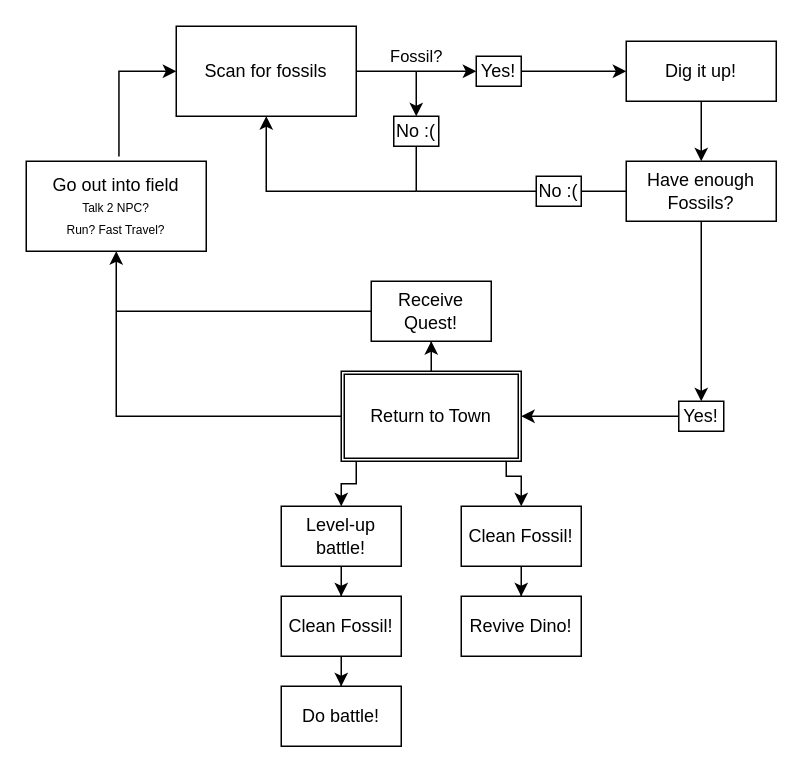
The draw.io diagram ffe.drawio in Fraxo/drawioflowcharts, before the edit. Source tidied: cells renumbered, new cells numbered last; positions are measured from the earlier drawing's top-left corner, leaving out a move shared by most shapes. Both pictures are drawn from the tidied source at 150%, with x=0, y=0 at pixel (26, 26).
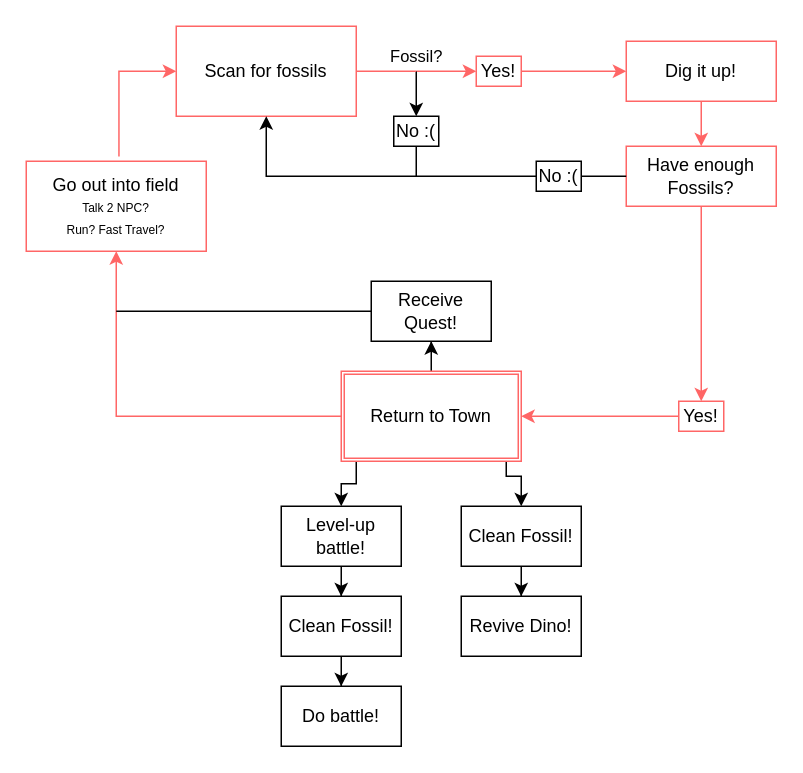
Above is the later version.

Unchanged cells that the change refers to:
```xml
<mxCell id="10" value="No :(" style="rounded=0;whiteSpace=wrap;html=1;" parent="1" vertex="1">
  <mxGeometry x="245" y="60" width="30" height="20" as="geometry" />
</mxCell>
<mxCell id="12" style="shape=waypoint;sketch=0;fillStyle=solid;size=6;points=[];fillColor=none;perimeter=centerPerimeter;snapToPoint=1;strokeColor=none;" parent="1" vertex="1">
  <mxGeometry x="250" y="20" width="20" height="20" as="geometry" />
</mxCell>
```

Diff of the diagram source:
```diff
@@
-    <mxCell id="2" style="edgeStyle=orthogonalEdgeStyle;rounded=0;jettySize=auto;html=1;entryX=0;entryY=0.5;entryDx=0;entryDy=0;exitX=0.515;exitY=-0.052;exitDx=0;exitDy=0;exitPerimeter=0;" parent="1" edge="1" source="3" target="4">
+    <mxCell id="2" style="edgeStyle=orthogonalEdgeStyle;rounded=0;jettySize=auto;html=1;entryX=0;entryY=0.5;entryDx=0;entryDy=0;exitX=0.515;exitY=-0.052;exitDx=0;exitDy=0;exitPerimeter=0;strokeColor=#FF6666;" parent="1" edge="1" source="3" target="4">
       <mxGeometry x="-0.24" relative="1" as="geometry" />
     </mxCell>
-    <mxCell id="3" value="Go out into field&lt;div&gt;&lt;font style=&quot;font-size: 8px;&quot;&gt;Talk 2 NPC?&lt;/font&gt;&lt;/div&gt;&lt;div&gt;&lt;font style=&quot;font-size: 8px;&quot;&gt;Run? Fast Travel?&lt;/font&gt;&lt;/div&gt;" style="rounded=0;whiteSpace=wrap;html=1;" parent="1" vertex="1">
+    <mxCell id="3" value="Go out into field&lt;div&gt;&lt;font style=&quot;font-size: 8px;&quot;&gt;Talk 2 NPC?&lt;/font&gt;&lt;/div&gt;&lt;div&gt;&lt;font style=&quot;font-size: 8px;&quot;&gt;Run? Fast Travel?&lt;/font&gt;&lt;/div&gt;" style="rounded=0;whiteSpace=wrap;html=1;strokeColor=#FF6666;" parent="1" vertex="1">
       <mxGeometry y="90" width="120" height="60" as="geometry" />
     </mxCell>
-    <mxCell id="4" value="Scan for fossils" style="rounded=0;whiteSpace=wrap;html=1;" parent="1" vertex="1">
+    <mxCell id="4" value="Scan for fossils" style="rounded=0;whiteSpace=wrap;html=1;strokeColor=#FF6666;" parent="1" vertex="1">
       <mxGeometry x="100" width="120" height="60" as="geometry" />
     </mxCell>
-    <mxCell id="5" style="edgeStyle=orthogonalEdgeStyle;rounded=0;jettySize=auto;html=1;endArrow=none;endFill=0;startArrow=classic;startFill=1;" parent="1" edge="1" source="7" target="12">
+    <mxCell id="5" style="edgeStyle=orthogonalEdgeStyle;rounded=0;jettySize=auto;html=1;endArrow=none;endFill=0;startArrow=classic;startFill=1;strokeColor=#FF6666;" parent="1" edge="1" source="7" target="12">
       <mxGeometry relative="1" as="geometry">
         <Array as="points">
           <mxPoint x="280" y="30" />
           <mxPoint x="280" y="30" />
         </Array>
       </mxGeometry>
     </mxCell>
-    <mxCell id="6" style="edgeStyle=orthogonalEdgeStyle;rounded=0;jettySize=auto;html=1;entryX=0;entryY=0.5;entryDx=0;entryDy=0;" parent="1" edge="1" source="7" target="14">
+    <mxCell id="6" style="edgeStyle=orthogonalEdgeStyle;rounded=0;jettySize=auto;html=1;entryX=0;entryY=0.5;entryDx=0;entryDy=0;strokeColor=#FF6666;" parent="1" edge="1" source="7" target="14">
       <mxGeometry relative="1" as="geometry" />
     </mxCell>
-    <mxCell id="7" value="Yes!" style="rounded=0;whiteSpace=wrap;html=1;" parent="1" vertex="1">
+    <mxCell id="7" value="Yes!" style="rounded=0;whiteSpace=wrap;html=1;strokeColor=#FF6666;" parent="1" vertex="1">
       <mxGeometry x="300" y="20" width="30" height="20" as="geometry" />
     </mxCell>
@@
     <mxCell id="9" style="edgeStyle=orthogonalEdgeStyle;rounded=0;jettySize=auto;html=1;entryX=0.5;entryY=1;entryDx=0;entryDy=0;" parent="1" edge="1" source="24" target="4">
-      <mxGeometry relative="1" as="geometry" />
+      <mxGeometry relative="1" as="geometry">
+        <Array as="points">
+          <mxPoint x="260" y="100" />
+          <mxPoint x="160" y="100" />
+        </Array>
+      </mxGeometry>
     </mxCell>
+    <mxCell id="39" style="edgeStyle=orthogonalEdgeStyle;rounded=0;jettySize=auto;html=1;endArrow=none;endFill=0;" parent="1" edge="1" source="10">
+      <mxGeometry relative="1" as="geometry">
+        <mxPoint x="260" y="100" as="targetPoint" />
+      </mxGeometry>
+    </mxCell>
@@
-    <mxCell id="11" value="Fossil?" style="edgeStyle=orthogonalEdgeStyle;rounded=0;jettySize=auto;html=1;entryX=1;entryY=0.5;entryDx=0;entryDy=0;startArrow=none;startFill=0;endArrow=none;endFill=0;" parent="1" edge="1" source="12" target="4">
+    <mxCell id="11" value="Fossil?" style="edgeStyle=orthogonalEdgeStyle;rounded=0;jettySize=auto;html=1;entryX=1;entryY=0.5;entryDx=0;entryDy=0;startArrow=none;startFill=0;endArrow=none;endFill=0;strokeColor=#FF6666;" parent="1" edge="1" source="12" target="4">
       <mxGeometry x="-1" y="-10" relative="1" as="geometry" />
     </mxCell>
@@
-    <mxCell id="13" style="edgeStyle=orthogonalEdgeStyle;rounded=0;jettySize=auto;html=1;" parent="1" edge="1" source="14" target="16">
+    <mxCell id="13" style="edgeStyle=orthogonalEdgeStyle;rounded=0;jettySize=auto;html=1;strokeColor=#FF6666;" parent="1" edge="1" source="14" target="16">
       <mxGeometry relative="1" as="geometry" />
     </mxCell>
-    <mxCell id="14" value="Dig it up!" style="rounded=0;whiteSpace=wrap;html=1;" parent="1" vertex="1">
+    <mxCell id="14" value="Dig it up!" style="rounded=0;whiteSpace=wrap;html=1;strokeColor=#FF6666;" parent="1" vertex="1">
       <mxGeometry x="400" y="10" width="100" height="40" as="geometry" />
     </mxCell>
-    <mxCell id="15" style="edgeStyle=orthogonalEdgeStyle;rounded=0;jettySize=auto;html=1;entryX=0.5;entryY=0;entryDx=0;entryDy=0;" parent="1" edge="1" source="16" target="31">
+    <mxCell id="15" style="edgeStyle=orthogonalEdgeStyle;rounded=0;jettySize=auto;html=1;entryX=0.5;entryY=0;entryDx=0;entryDy=0;strokeColor=#FF6666;flowAnimation=0;shadow=0;" parent="1" edge="1" source="16" target="31">
       <mxGeometry relative="1" as="geometry" />
     </mxCell>
-    <mxCell id="16" value="Have enough Fossils?" style="rounded=0;whiteSpace=wrap;html=1;" parent="1" vertex="1">
-      <mxGeometry x="400" y="90" width="100" height="40" as="geometry" />
+    <mxCell id="16" value="Have enough Fossils?" style="rounded=0;whiteSpace=wrap;html=1;strokeColor=#FF6666;" parent="1" vertex="1">
+      <mxGeometry x="400" y="80" width="100" height="40" as="geometry" />
     </mxCell>
@@
-    <mxCell id="20" value="Return to Town" style="shape=ext;double=1;rounded=0;whiteSpace=wrap;html=1;" parent="1" vertex="1">
+    <mxCell id="20" value="Return to Town" style="shape=ext;double=1;rounded=0;whiteSpace=wrap;html=1;strokeColor=#FF6666;" parent="1" vertex="1">
       <mxGeometry x="210" y="230" width="120" height="60" as="geometry" />
     </mxCell>
@@
     <mxCell id="24" style="shape=waypoint;sketch=0;fillStyle=solid;size=6;points=[];fillColor=none;perimeter=centerPerimeter;snapToPoint=1;strokeColor=none;" parent="1" vertex="1">
-      <mxGeometry x="250" y="100" width="20" height="20" as="geometry" />
+      <mxGeometry x="330" y="90" width="20" height="20" as="geometry" />
     </mxCell>
-    <mxCell id="25" style="edgeStyle=orthogonalEdgeStyle;rounded=0;jettySize=auto;html=1;entryX=0.1;entryY=0.5;entryDx=0;entryDy=0;entryPerimeter=0;endArrow=none;endFill=0;" parent="1" edge="1" source="10" target="24">
-      <mxGeometry relative="1" as="geometry" />
-    </mxCell>
-    <mxCell id="26" style="edgeStyle=orthogonalEdgeStyle;rounded=0;jettySize=auto;html=1;entryX=0.5;entryY=1;entryDx=0;entryDy=0;" parent="1" edge="1" source="20" target="3">
+    <mxCell id="26" style="edgeStyle=orthogonalEdgeStyle;rounded=0;jettySize=auto;html=1;entryX=0.5;entryY=1;entryDx=0;entryDy=0;fillColor=#f8cecc;strokeColor=#FF6666;gradientColor=#ea6b66;" parent="1" edge="1" source="20" target="3">
       <mxGeometry relative="1" as="geometry" />
     </mxCell>
@@
     <mxCell id="28" value="No :(" style="rounded=0;whiteSpace=wrap;html=1;" parent="1" vertex="1">
-      <mxGeometry x="340" y="100" width="30" height="20" as="geometry" />
+      <mxGeometry x="340" y="90" width="30" height="20" as="geometry" />
     </mxCell>
-    <mxCell id="29" style="edgeStyle=orthogonalEdgeStyle;rounded=0;jettySize=auto;html=1;entryX=0.921;entryY=0.3;entryDx=0;entryDy=0;entryPerimeter=0;endArrow=none;endFill=0;" parent="1" edge="1" source="28" target="24">
-      <mxGeometry relative="1" as="geometry" />
-    </mxCell>
-    <mxCell id="30" style="edgeStyle=orthogonalEdgeStyle;rounded=0;jettySize=auto;html=1;entryX=1;entryY=0.5;entryDx=0;entryDy=0;" parent="1" edge="1" source="31" target="20">
+    <mxCell id="30" style="edgeStyle=orthogonalEdgeStyle;rounded=0;jettySize=auto;html=1;entryX=1;entryY=0.5;entryDx=0;entryDy=0;strokeColor=#FF6666;" parent="1" edge="1" source="31" target="20">
       <mxGeometry relative="1" as="geometry" />
     </mxCell>
-    <mxCell id="31" value="Yes!" style="rounded=0;whiteSpace=wrap;html=1;" parent="1" vertex="1">
+    <mxCell id="31" value="Yes!" style="rounded=0;whiteSpace=wrap;html=1;strokeColor=#FF6666;" parent="1" vertex="1">
       <mxGeometry x="435" y="250" width="30" height="20" as="geometry" />
     </mxCell>
```
